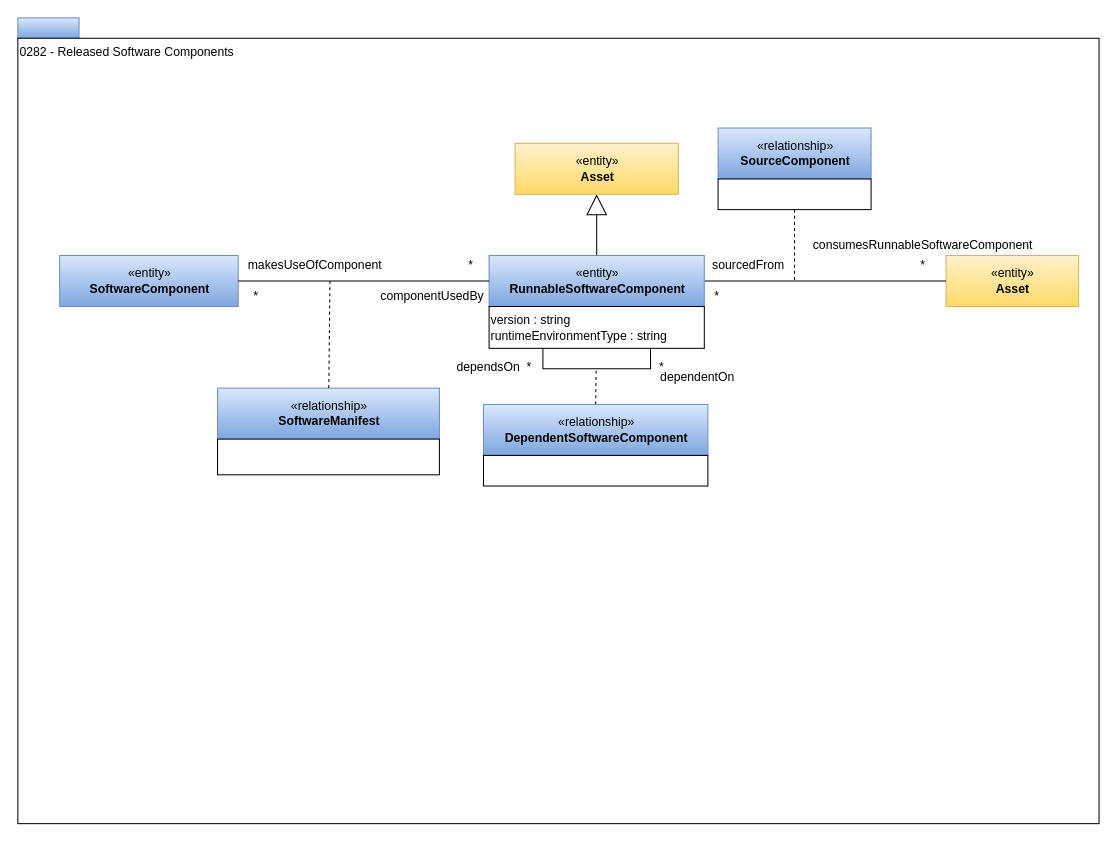
odpi/egeria keeps this draw.io diagram as page "0282-Released-Software-Components" (20 of 21) of open-metadata-publication/website/open-metadata-types/area-2-assets.drawio. Above is the earlier version. Source tidied: cells renumbered, new cells numbered last; positions are measured from the earlier drawing's top-left corner, leaving out a move shared by most shapes. Both pictures are drawn from the tidied source at 102%, with x=0, y=0 at pixel (17, 17).
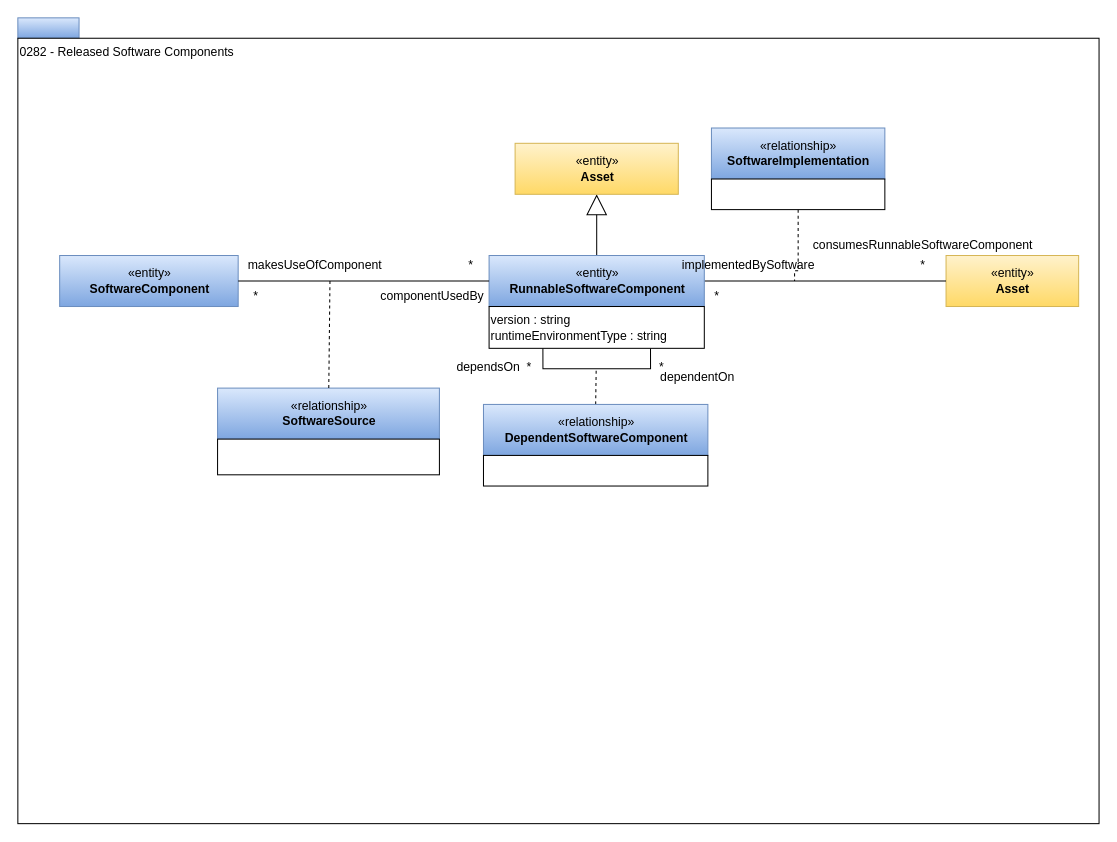
The same page after the edit.

The edit, as a diff of the source:
```diff
@@
-    <mxCell id="6" value="«relationship»&lt;br&gt;&lt;b&gt;SourceComponent&lt;/b&gt;" style="html=1;strokeColor=#6c8ebf;align=center;fillColor=#dae8fc;gradientColor=#7ea6e0;" parent="1" vertex="1">
-      <mxGeometry x="686.5" y="108" width="150" height="50" as="geometry" />
+    <mxCell id="6" value="«relationship»&lt;br&gt;&lt;b&gt;SoftwareImplementation&lt;/b&gt;" style="html=1;strokeColor=#6c8ebf;align=center;fillColor=#dae8fc;gradientColor=#7ea6e0;" parent="1" vertex="1">
+      <mxGeometry x="680" y="108" width="170" height="50" as="geometry" />
     </mxCell>
@@
     <mxCell id="8" style="rounded=0;whiteSpace=wrap;html=1;strokeColor=#000000;gradientColor=#ffffff;align=left;" parent="1" vertex="1">
-      <mxGeometry x="686.5" y="158" width="150" height="30" as="geometry" />
+      <mxGeometry x="680" y="158" width="170" height="30" as="geometry" />
     </mxCell>
@@
-    <mxCell id="23" value="sourcedFrom" style="text;html=1;align=center;verticalAlign=middle;" parent="1" vertex="1">
-      <mxGeometry x="671" y="233" width="90" height="20" as="geometry" />
+    <mxCell id="23" value="implementedBySoftware" style="text;html=1;align=center;verticalAlign=middle;" parent="1" vertex="1">
+      <mxGeometry x="641" y="233" width="150" height="20" as="geometry" />
     </mxCell>
@@
-    <mxCell id="27" value="«relationship»&lt;br&gt;&lt;b&gt;SoftwareManifest&lt;/b&gt;" style="html=1;strokeColor=#6c8ebf;align=center;fillColor=#dae8fc;gradientColor=#7ea6e0;" parent="1" vertex="1">
+    <mxCell id="27" value="«relationship»&lt;br&gt;&lt;b&gt;SoftwareSource&lt;/b&gt;" style="html=1;strokeColor=#6c8ebf;align=center;fillColor=#dae8fc;gradientColor=#7ea6e0;" parent="1" vertex="1">
       <mxGeometry x="195.8" y="363" width="217.5" height="50" as="geometry" />
     </mxCell>
```
